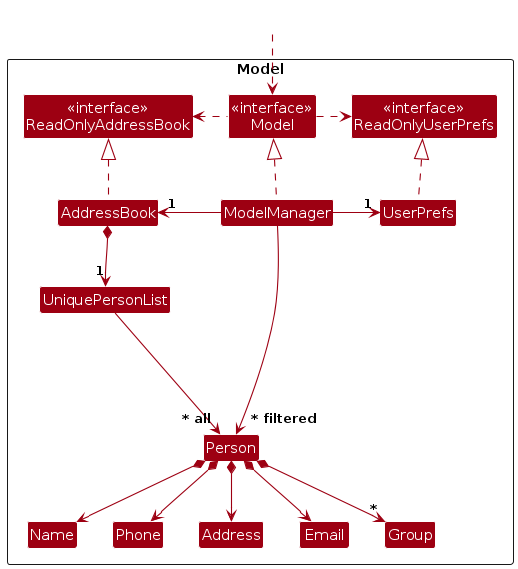
Before: diagrams/ModelClassDiagram.png, a diagram exported from PlantUML (tohlh/tp). Its source is kept beside it as diagrams/ModelClassDiagram.puml. Its diagram source:
```plantuml
@startuml
!include style.puml
skinparam arrowThickness 1.1
skinparam arrowColor MODEL_COLOR
skinparam classBackgroundColor MODEL_COLOR

Package Model as ModelPackage <<Rectangle>>{
Class "<<interface>>\nReadOnlyAddressBook" as ReadOnlyAddressBook
Class "<<interface>>\nReadOnlyUserPrefs" as ReadOnlyUserPrefs
Class "<<interface>>\nModel" as Model
Class AddressBook
Class ModelManager
Class UserPrefs

Class UniquePersonList
Class Person
Class Address
Class Email
Class Name
Class Phone
Class Group

Class I #FFFFFF
}

Class HiddenOutside #FFFFFF
HiddenOutside ..> Model

AddressBook .up.|> ReadOnlyAddressBook

ModelManager .up.|> Model
Model .right.> ReadOnlyUserPrefs
Model .left.> ReadOnlyAddressBook
ModelManager -left-> "1" AddressBook
ModelManager -right-> "1" UserPrefs
UserPrefs .up.|> ReadOnlyUserPrefs

AddressBook *--> "1" UniquePersonList
UniquePersonList --> "~* all" Person
Person *--> Name
Person *--> Phone
Person *--> Email
Person *--> Address
Person *--> "*" Group

Person -[hidden]up--> I
UniquePersonList -[hidden]right-> I

Name -[hidden]right-> Phone
Phone -[hidden]right-> Address
Address -[hidden]right-> Email

ModelManager --> "~* filtered" Person
@enduml
```
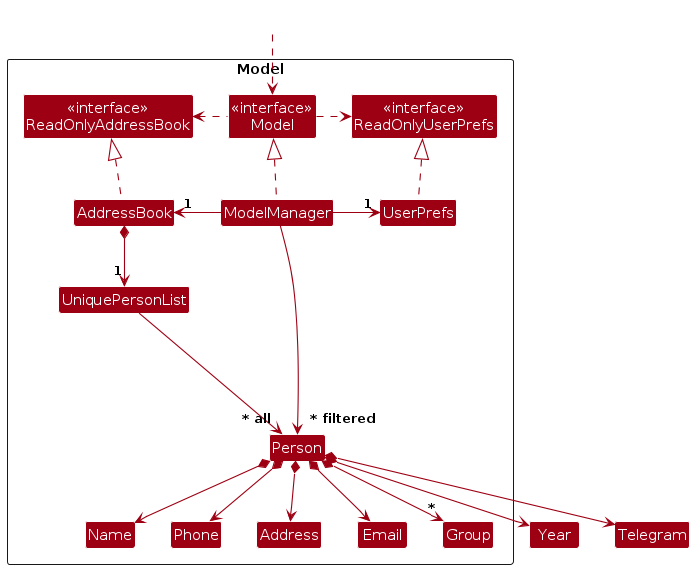
The same file after the commit.

What changed in the source:
```diff
@@ -40,6 +40,8 @@
 Person *--> Name
 Person *--> Phone
 Person *--> Email
+Person *--> Year
+Person *--> Telegram
 Person *--> Address
 Person *--> "*" Group
 
```
